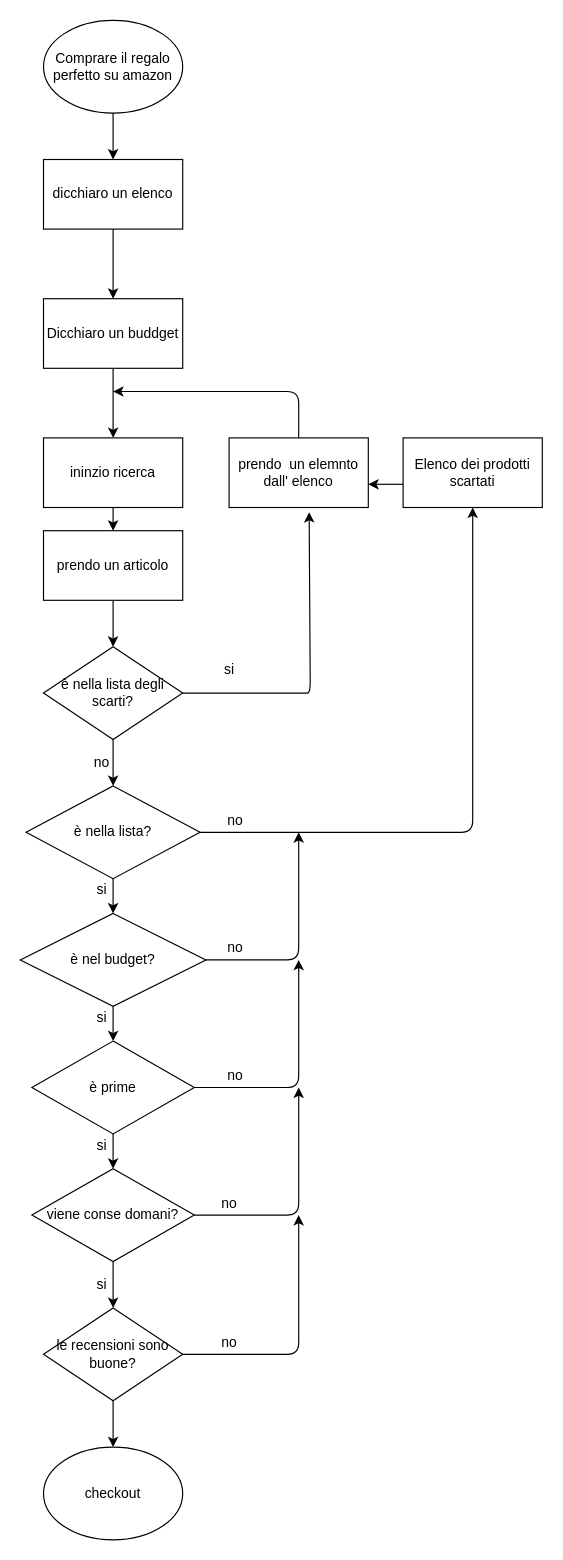
Before: diagramma.drawio in VictorEnache/human-code, a draw.io diagram. Source tidied: cells renumbered, new cells numbered last; positions are measured from the earlier drawing's top-left corner, leaving out a move shared by most shapes. Both pictures are drawn from the tidied source at 116%, with x=0, y=0 at pixel (20, 20).
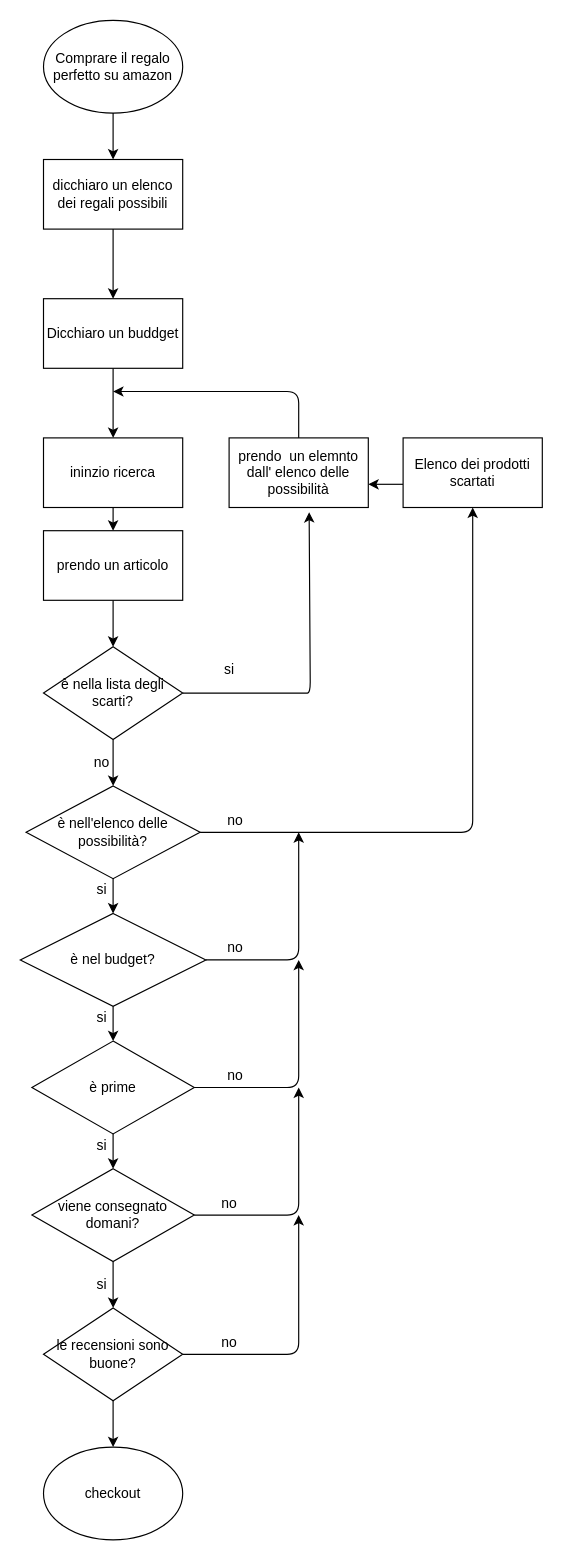
Above is the later version.

Commit message:
take an element

Change to the diagram source:
```diff
@@
-    <mxCell id="4" value="dicchiaro un elenco" style="rounded=0;whiteSpace=wrap;html=1;" parent="1" vertex="1">
+    <mxCell id="4" value="dicchiaro un elenco dei regali possibili" style="rounded=0;whiteSpace=wrap;html=1;" parent="1" vertex="1">
       <mxGeometry x="20" y="120" width="120" height="60" as="geometry" />
     </mxCell>
@@
-    <mxCell id="9" value="è nella lista?" style="rhombus;whiteSpace=wrap;html=1;" parent="1" vertex="1">
+    <mxCell id="9" value="è nell'elenco delle possibilità?" style="rhombus;whiteSpace=wrap;html=1;" parent="1" vertex="1">
       <mxGeometry x="5" y="660" width="150" height="80" as="geometry" />
     </mxCell>
@@
-    <mxCell id="18" value="viene conse domani?" style="rhombus;whiteSpace=wrap;html=1;" parent="1" vertex="1">
+    <mxCell id="18" value="viene consegnato domani?" style="rhombus;whiteSpace=wrap;html=1;" parent="1" vertex="1">
       <mxGeometry x="10" y="990" width="140" height="80" as="geometry" />
     </mxCell>
@@
-    <mxCell id="34" value="prendo&amp;nbsp; un elemnto dall' elenco" style="rounded=0;whiteSpace=wrap;html=1;" parent="1" vertex="1">
+    <mxCell id="34" value="prendo&amp;nbsp; un elemnto dall' elenco delle possibilità" style="rounded=0;whiteSpace=wrap;html=1;" parent="1" vertex="1">
       <mxGeometry x="180" y="360" width="120" height="60" as="geometry" />
     </mxCell>
```
